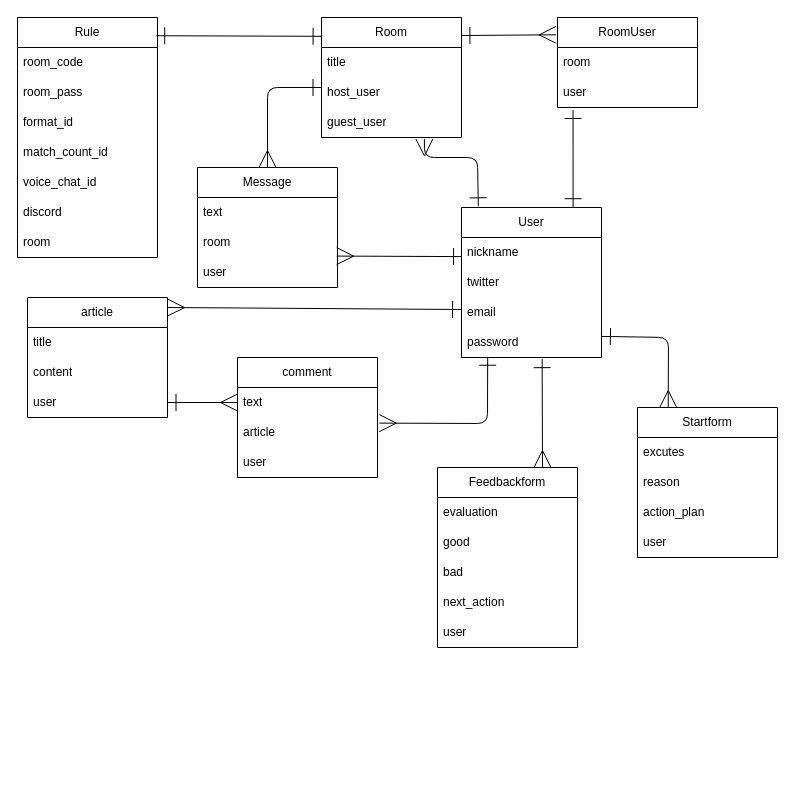
Earlier version of the draw.io diagram ER.dio (hamakachu/UpSmash-SSBUOSS-). Source tidied: cells renumbered, new cells numbered last; positions are measured from the earlier drawing's top-left corner, leaving out a move shared by most shapes. Both pictures are drawn from the tidied source at 100%, with x=0, y=0 at pixel (17, 17).
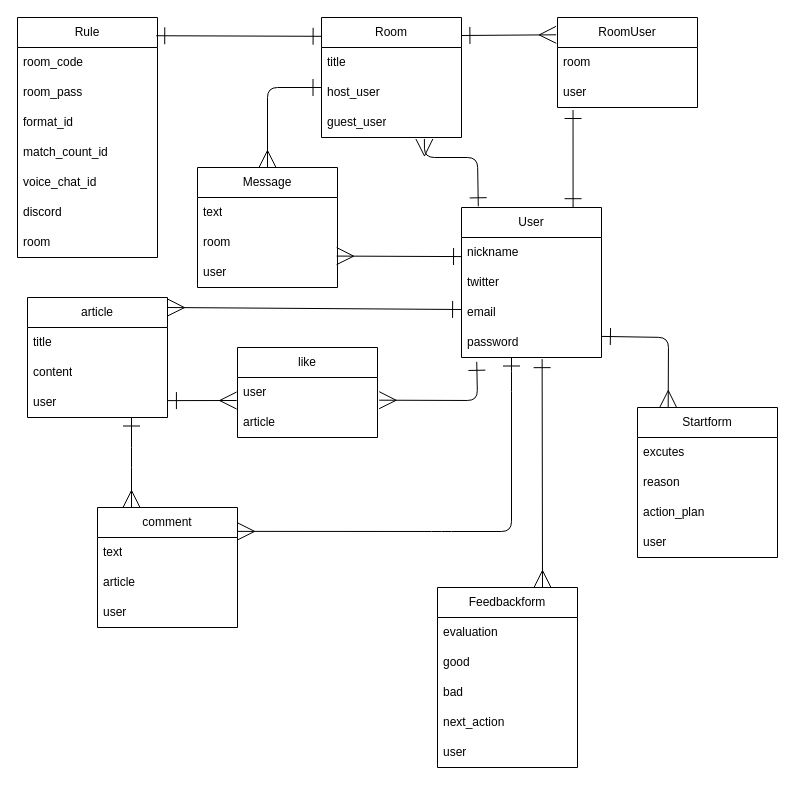
After the change.

Commit message (it also covers changes not shown here):
テーブル設計追加

Unchanged cells that the change refers to:
```xml
<mxCell id="6" value="password" style="text;align=left;verticalAlign=middle;spacingLeft=4;spacingRight=4;overflow=hidden;points=[[0,0.5],[1,0.5]];portConstraint=eastwest;whiteSpace=wrap;html=1;" parent="2" vertex="1">
  <mxGeometry y="120" width="140" height="30" as="geometry" />
</mxCell>
<mxCell id="40" value="user" style="text;align=left;verticalAlign=middle;spacingLeft=4;spacingRight=4;overflow=hidden;points=[[0,0.5],[1,0.5]];portConstraint=eastwest;whiteSpace=wrap;html=1;" parent="37" vertex="1">
  <mxGeometry y="90" width="140" height="30" as="geometry" />
</mxCell>
<mxCell id="51" value="text" style="text;align=left;verticalAlign=middle;spacingLeft=4;spacingRight=4;overflow=hidden;points=[[0,0.5],[1,0.5]];portConstraint=eastwest;whiteSpace=wrap;html=1;" parent="50" vertex="1">
  <mxGeometry y="30" width="140" height="30" as="geometry" />
</mxCell>
<mxCell id="52" value="article" style="text;align=left;verticalAlign=middle;spacingLeft=4;spacingRight=4;overflow=hidden;points=[[0,0.5],[1,0.5]];portConstraint=eastwest;whiteSpace=wrap;html=1;" parent="50" vertex="1">
  <mxGeometry y="60" width="140" height="30" as="geometry" />
</mxCell>
```

The edit, as a diff of the source:
```diff
@@
     <mxCell id="31" value="Feedbackform" style="swimlane;fontStyle=0;horizontal=1;startSize=30;whiteSpace=wrap;html=1;" parent="1" vertex="1">
-      <mxGeometry x="420" y="450" width="140" height="180" as="geometry" />
+      <mxGeometry x="420" y="570" width="140" height="180" as="geometry" />
     </mxCell>
@@
     <mxCell id="50" value="comment" style="swimlane;fontStyle=0;horizontal=1;startSize=30;whiteSpace=wrap;html=1;" parent="1" vertex="1">
-      <mxGeometry x="220" y="340" width="140" height="120" as="geometry" />
+      <mxGeometry x="80" y="490" width="140" height="120" as="geometry" />
     </mxCell>
@@
-    <mxCell id="54" style="endArrow=ERmany;html=1;startArrow=ERone;startFill=0;endFill=0;targetPerimeterSpacing=10;endSize=15;startSize=15;sourcePerimeterSpacing=10;entryX=1.013;entryY=0.187;entryDx=0;entryDy=0;entryPerimeter=0;exitX=0.187;exitY=0.975;exitDx=0;exitDy=0;exitPerimeter=0;fontColor=#000000;" parent="1" edge="1" source="6" target="52">
+    <mxCell id="54" style="endArrow=ERmany;html=1;startArrow=ERone;startFill=0;endFill=0;targetPerimeterSpacing=10;endSize=15;startSize=15;sourcePerimeterSpacing=10;entryX=1.001;entryY=0.199;entryDx=0;entryDy=0;entryPerimeter=0;fontColor=#000000;" parent="1" edge="1" target="50">
       <mxGeometry relative="1" as="geometry">
+        <mxPoint x="494" y="340" as="sourcePoint" />
         <Array as="points">
-          <mxPoint x="470" y="406" />
+          <mxPoint x="494" y="364" />
+          <mxPoint x="494" y="514" />
+          <mxPoint x="424" y="514" />
         </Array>
       </mxGeometry>
     </mxCell>
-    <mxCell id="55" style="edgeStyle=none;html=1;entryX=0;entryY=0.5;entryDx=0;entryDy=0;endArrow=ERmany;endFill=0;startArrow=ERone;startFill=0;endSize=15;startSize=15;fontColor=#000000;" parent="1" edge="1" source="40" target="51">
-      <mxGeometry relative="1" as="geometry" />
+    <mxCell id="55" style="edgeStyle=none;html=1;endArrow=ERmany;endFill=0;startArrow=ERone;startFill=0;endSize=15;startSize=15;fontColor=#000000;" parent="1" edge="1">
+      <mxGeometry relative="1" as="geometry">
+        <mxPoint x="114" y="400" as="sourcePoint" />
+        <mxPoint x="114" y="490" as="targetPoint" />
+        <Array as="points">
+          <mxPoint x="114" y="440" />
+        </Array>
+      </mxGeometry>
     </mxCell>
+    <mxCell id="56" value="like" style="swimlane;fontStyle=0;horizontal=1;startSize=30;whiteSpace=wrap;html=1;" parent="1" vertex="1">
+      <mxGeometry x="220" y="330" width="140" height="90" as="geometry" />
+    </mxCell>
+    <mxCell id="57" value="user" style="text;align=left;verticalAlign=middle;spacingLeft=4;spacingRight=4;overflow=hidden;points=[[0,0.5],[1,0.5]];portConstraint=eastwest;whiteSpace=wrap;html=1;" parent="56" vertex="1">
+      <mxGeometry y="30" width="140" height="30" as="geometry" />
+    </mxCell>
+    <mxCell id="58" value="article" style="text;align=left;verticalAlign=middle;spacingLeft=4;spacingRight=4;overflow=hidden;whiteSpace=wrap;html=1;" parent="56" vertex="1">
+      <mxGeometry y="60" width="140" height="30" as="geometry" />
+    </mxCell>
+    <mxCell id="59" style="edgeStyle=none;html=1;endArrow=ERmany;endFill=0;startArrow=ERone;startFill=0;endSize=15;startSize=15;fontColor=#000000;entryX=-0.006;entryY=0.767;entryDx=0;entryDy=0;entryPerimeter=0;exitX=1.003;exitY=0.437;exitDx=0;exitDy=0;exitPerimeter=0;" parent="1" edge="1" source="40" target="57">
+      <mxGeometry relative="1" as="geometry" />
+    </mxCell>
+    <mxCell id="60" style="edgeStyle=none;html=1;endArrow=ERmany;endFill=0;startArrow=ERone;startFill=0;endSize=15;startSize=15;fontColor=#000000;entryX=1.012;entryY=0.186;entryDx=0;entryDy=0;entryPerimeter=0;exitX=0.109;exitY=1.144;exitDx=0;exitDy=0;exitPerimeter=0;" parent="1" edge="1" source="6">
+      <mxGeometry relative="1" as="geometry">
+        <mxPoint x="361.7" y="382.7" as="targetPoint" />
+        <Array as="points">
+          <mxPoint x="460" y="383" />
+        </Array>
+      </mxGeometry>
+    </mxCell>
```
